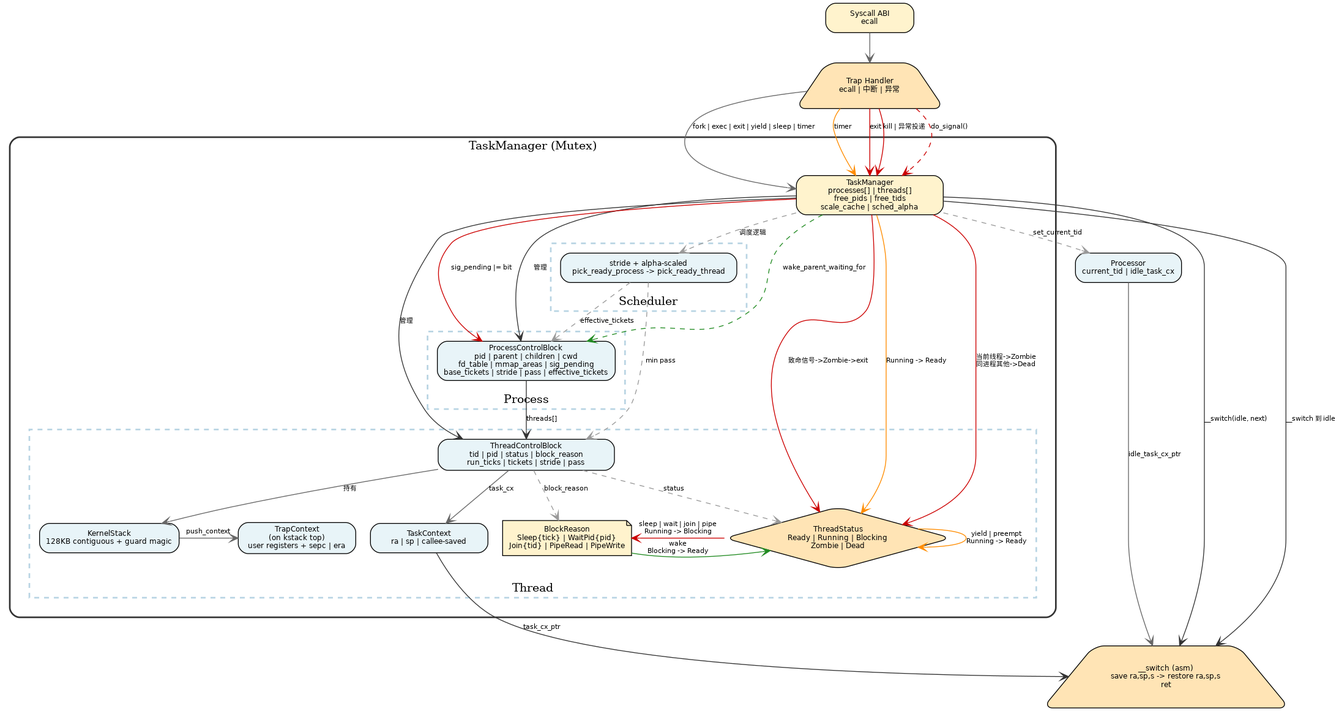
amieon/RmikuOS keeps this Graphviz diagram as docs/images/process.png. Above is the earlier version. Its source is kept beside it as docs/dot/process.dot. Its diagram source:
```dot
digraph ProcThreadSched {
    rankdir=TB;
    node [shape=box, style="rounded,filled", fontname="Helvetica", fontsize=9];
    edge [arrowhead=vee, color="#666666", fontname="Helvetica", fontsize=8];

    Sy [label="Syscall ABI\necall", fillcolor="#FFF3CD", width=1.5];
    Trap [label="Trap Handler\necall | 中断 | 异常", fillcolor="#FFE4B5", shape=trapezium, width=2.5];
    Proc [label="Processor\ncurrent_tid | idle_task_cx", fillcolor="#E8F4F8"];
    Switch [label="__switch (asm)\nsave ra,sp,s -> restore ra,sp,s\nret", fillcolor="#FFE4B5", shape=trapezium, width=2.2];

    subgraph cluster_tm {
        label="TaskManager (Mutex)";
        labelloc=t;
        style=rounded;
        color="#333333";
        fillcolor="#F0F8FF";
        penwidth=2;
        margin=24;

        TM [label="TaskManager\nprocesses[] | threads[]\nfree_pids | free_tids\nscale_cache | sched_alpha", fillcolor="#FFF3CD", width=2.5];

        subgraph cluster_proc {
            label="Process";
            labelloc=b;
            style=dashed;
            color="#B8D4E3";
            margin=12;
            P [label="ProcessControlBlock\npid | parent | children | cwd\nfd_table | mmap_areas | sig_pending\nbase_tickets | stride | pass | effective_tickets", fillcolor="#E8F4F8", width=3.0];
        }

        subgraph cluster_thread {
            label="Thread";
            labelloc=b;
            style=dashed;
            color="#B8D4E3";
            margin=12;
            T [label="ThreadControlBlock\ntid | pid | status | block_reason\nrun_ticks | tickets | stride | pass", fillcolor="#E8F4F8", width=3.0];
            KS [label="KernelStack\n128KB contiguous + guard magic", fillcolor="#E8F4F8", width=2.0];
            TCX [label="TaskContext\nra | sp | callee-saved", fillcolor="#E8F4F8", width=2.0];
            TRX [label="TrapContext\n(on kstack top)\nuser registers + sepc | era", fillcolor="#E8F4F8", width=2.0];
            Status [label="ThreadStatus\nReady | Running | Blocking\nZombie | Dead", fillcolor="#FFE4B5", shape=diamond, width=1.8];
            BlockR [label="BlockReason\nSleep{tick} | WaitPid{pid}\nJoin{tid} | PipeRead | PipeWrite", fillcolor="#FFF3CD", shape=note, width=2.0, height=0.6];

            {rank=same; KS; TCX; TRX}
            {rank=same; Status; BlockR}
        }

        subgraph cluster_sched {
            label="Scheduler";
            labelloc=b;
            style=dashed;
            color="#B8D4E3";
            margin=12;
            Sch [label="stride + alpha-scaled\npick_ready_process -> pick_ready_thread", fillcolor="#E8F4F8", width=3.0];
        }
    }

    Sy -> Trap;
    Trap -> TM [label="fork | exec | exit | yield | sleep | timer"];

    TM -> P [label="管理", color="#333333"];
    TM -> T [label="管理", color="#333333"];
    P -> T [label="threads[]", color="#333333"];

    T -> KS [label="持有"];
    KS -> TRX [label="push_context"];
    T -> TCX [label="task_cx"];
    T -> Status [style=dashed, color="#999999", label="status"];
    T -> BlockR [style=dashed, color="#999999", label="block_reason"];

    TM -> Sch [style=dashed, color="#999999", label="调度逻辑"];
    Sch -> P [style=dashed, color="#999999", label="effective_tickets"];
    Sch -> T [style=dashed, color="#999999", label="min pass"];

    TM -> Proc [style=dashed, color="#999999", label="set_current_tid"];
    TCX -> Switch [label="task_cx_ptr", color="#333333"];
    Proc -> Switch [label="idle_task_cx_ptr"];

    Status -> Status [label="yield | preempt\nRunning -> Ready", color="#FF8C00"];
    Status -> BlockR [label="sleep | wait | join | pipe\nRunning -> Blocking", color="#CC0000"];
    BlockR -> Status [label="wake\nBlocking -> Ready", color="#228B22"];

    Trap -> TM [label="timer", color="#FF8C00"];
    TM -> Status [label="Running -> Ready", color="#FF8C00"];
    TM -> Switch [label="__switch(idle, next)", color="#333333"];

    Trap -> TM [label="exit", color="#CC0000"];
    TM -> Status [label="当前线程->Zombie\n同进程其他->Dead", color="#CC0000"];
    TM -> P [label="wake_parent_waiting_for", color="#228B22", style=dashed];
    TM -> Switch [label="__switch 到 idle", color="#333333"];

    Trap -> TM [label="kill | 异常投递", color="#CC0000"];
    TM -> P [label="sig_pending |= bit", color="#CC0000"];
    Trap -> TM [label="do_signal()", style=dashed, color="#CC0000"];
    TM -> Status [label="致命信号->Zombie->exit", color="#CC0000"];
}
```
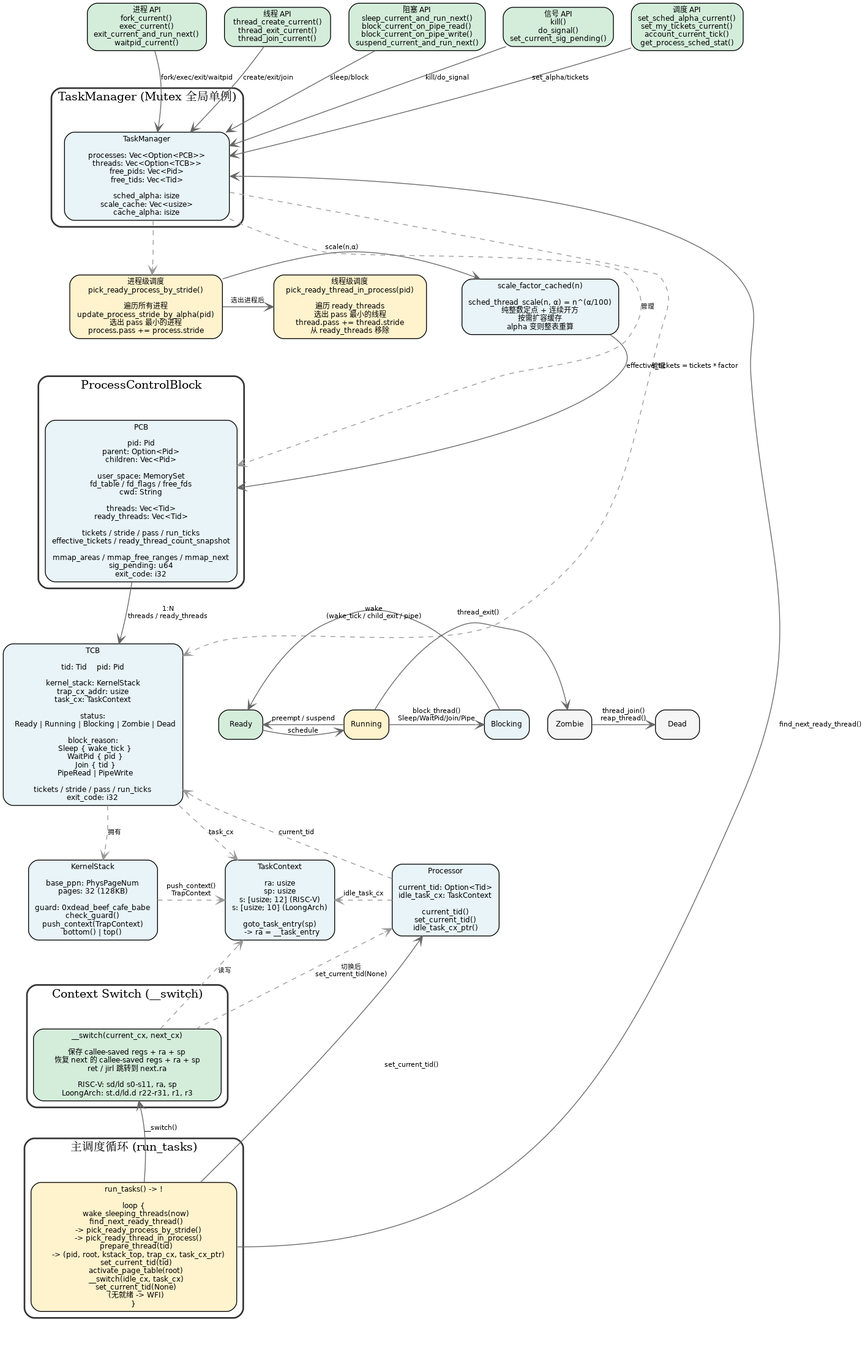
The same diagram one commit later.

Commit message:
[docs] 加入FS的图片

The edit, as a diff of the source:
```diff
@@ -1,96 +1,307 @@
-digraph ProcThreadSched {
+digraph TaskScheduler {
     rankdir=TB;
+    nodesep=0.3;
+    ranksep=0.8;
     node [shape=box, style="rounded,filled", fontname="Helvetica", fontsize=9];
     edge [arrowhead=vee, color="#666666", fontname="Helvetica", fontsize=8];
 
-    Sy [label="Syscall ABI\necall", fillcolor="#FFF3CD", width=1.5];
-    Trap [label="Trap Handler\necall | 中断 | 异常", fillcolor="#FFE4B5", shape=trapezium, width=2.5];
-    Proc [label="Processor\ncurrent_tid | idle_task_cx", fillcolor="#E8F4F8"];
-    Switch [label="__switch (asm)\nsave ra,sp,s -> restore ra,sp,s\nret", fillcolor="#FFE4B5", shape=trapezium, width=2.2];
+    subgraph cluster_api {
+        label="API (manager_wrapper)";
+        style=rounded;
+        color="#D4EDDA";
+        fillcolor="#D4EDDA";
+        penwidth=1;
 
-    subgraph cluster_tm {
-        label="TaskManager (Mutex)";
-        labelloc=t;
+        API_PROC [label="进程 API
+fork_current()
+exec_current()
+exit_current_and_run_next()
+waitpid_current()", fillcolor="#D4EDDA", width=1.8];
+        API_THR [label="线程 API
+thread_create_current()
+thread_exit_current()
+thread_join_current()", fillcolor="#D4EDDA", width=1.8];
+        API_BLK [label="阻塞 API
+sleep_current_and_run_next()
+block_current_on_pipe_read()
+block_current_on_pipe_write()
+suspend_current_and_run_next()", fillcolor="#D4EDDA", width=1.8];
+        API_SIG [label="信号 API
+kill()
+do_signal()
+set_current_sig_pending()", fillcolor="#D4EDDA", width=1.8];
+        API_SCHED [label="调度 API
+set_sched_alpha_current()
+set_my_tickets_current()
+account_current_tick()
+get_process_sched_stat()", fillcolor="#D4EDDA", width=1.8];
+    }
+
+    subgraph cluster_manager {
+        label="TaskManager (Mutex 全局单例)";
         style=rounded;
         color="#333333";
         fillcolor="#F0F8FF";
         penwidth=2;
-        margin=24;
 
-        TM [label="TaskManager\nprocesses[] | threads[]\nfree_pids | free_tids\nscale_cache | sched_alpha", fillcolor="#FFF3CD", width=2.5];
+        TM [label="TaskManager
 
-        subgraph cluster_proc {
-            label="Process";
-            labelloc=b;
-            style=dashed;
-            color="#B8D4E3";
-            margin=12;
-            P [label="ProcessControlBlock\npid | parent | children | cwd\nfd_table | mmap_areas | sig_pending\nbase_tickets | stride | pass | effective_tickets", fillcolor="#E8F4F8", width=3.0];
-        }
+processes: Vec<Option<PCB>>
+threads: Vec<Option<TCB>>
+free_pids: Vec<Pid>
+free_tids: Vec<Tid>
 
-        subgraph cluster_thread {
-            label="Thread";
-            labelloc=b;
-            style=dashed;
-            color="#B8D4E3";
-            margin=12;
-            T [label="ThreadControlBlock\ntid | pid | status | block_reason\nrun_ticks | tickets | stride | pass", fillcolor="#E8F4F8", width=3.0];
-            KS [label="KernelStack\n128KB contiguous + guard magic", fillcolor="#E8F4F8", width=2.0];
-            TCX [label="TaskContext\nra | sp | callee-saved", fillcolor="#E8F4F8", width=2.0];
-            TRX [label="TrapContext\n(on kstack top)\nuser registers + sepc | era", fillcolor="#E8F4F8", width=2.0];
-            Status [label="ThreadStatus\nReady | Running | Blocking\nZombie | Dead", fillcolor="#FFE4B5", shape=diamond, width=1.8];
-            BlockR [label="BlockReason\nSleep{tick} | WaitPid{pid}\nJoin{tid} | PipeRead | PipeWrite", fillcolor="#FFF3CD", shape=note, width=2.0, height=0.6];
-
-            {rank=same; KS; TCX; TRX}
-            {rank=same; Status; BlockR}
-        }
-
-        subgraph cluster_sched {
-            label="Scheduler";
-            labelloc=b;
-            style=dashed;
-            color="#B8D4E3";
-            margin=12;
-            Sch [label="stride + alpha-scaled\npick_ready_process -> pick_ready_thread", fillcolor="#E8F4F8", width=3.0];
-        }
+sched_alpha: isize
+scale_cache: Vec<usize>
+cache_alpha: isize", fillcolor="#E8F4F8", width=2.8];
     }
 
-    Sy -> Trap;
-    Trap -> TM [label="fork | exec | exit | yield | sleep | timer"];
+    subgraph cluster_sched {
+        label="两级 Stride 调度器";
+        style=rounded;
+        color="#333333";
+        fillcolor="#F0F8FF";
+        penwidth=2;
 
-    TM -> P [label="管理", color="#333333"];
-    TM -> T [label="管理", color="#333333"];
-    P -> T [label="threads[]", color="#333333"];
+        PSched [label="进程级调度
+pick_ready_process_by_stride()
 
-    T -> KS [label="持有"];
-    KS -> TRX [label="push_context"];
-    T -> TCX [label="task_cx"];
-    T -> Status [style=dashed, color="#999999", label="status"];
-    T -> BlockR [style=dashed, color="#999999", label="block_reason"];
+遍历所有进程
+update_process_stride_by_alpha(pid)
+选出 pass 最小的进程
+process.pass += process.stride", fillcolor="#FFF3CD", width=2.6];
+        TSched [label="线程级调度
+pick_ready_thread_in_process(pid)
 
-    TM -> Sch [style=dashed, color="#999999", label="调度逻辑"];
-    Sch -> P [style=dashed, color="#999999", label="effective_tickets"];
-    Sch -> T [style=dashed, color="#999999", label="min pass"];
+遍历 ready_threads
+选出 pass 最小的线程
+thread.pass += thread.stride
+从 ready_threads 移除", fillcolor="#FFF3CD", width=2.6];
+        Scale [label="scale_factor_cached(n)
 
-    TM -> Proc [style=dashed, color="#999999", label="set_current_tid"];
-    TCX -> Switch [label="task_cx_ptr", color="#333333"];
-    Proc -> Switch [label="idle_task_cx_ptr"];
+sched_thread_scale(n, α) = n^(α/100)
+纯整数定点 + 连续开方
+按需扩容缓存
+alpha 变则整表重算", fillcolor="#E8F4F8", width=2.4];
+    }
 
-    Status -> Status [label="yield | preempt\nRunning -> Ready", color="#FF8C00"];
-    Status -> BlockR [label="sleep | wait | join | pipe\nRunning -> Blocking", color="#CC0000"];
-    BlockR -> Status [label="wake\nBlocking -> Ready", color="#228B22"];
+    subgraph cluster_pcb {
+        label="ProcessControlBlock";
+        style=rounded;
+        color="#333333";
+        fillcolor="#F0F8FF";
+        penwidth=2;
 
-    Trap -> TM [label="timer", color="#FF8C00"];
-    TM -> Status [label="Running -> Ready", color="#FF8C00"];
-    TM -> Switch [label="__switch(idle, next)", color="#333333"];
+        PCB [label="PCB
 
-    Trap -> TM [label="exit", color="#CC0000"];
-    TM -> Status [label="当前线程->Zombie\n同进程其他->Dead", color="#CC0000"];
-    TM -> P [label="wake_parent_waiting_for", color="#228B22", style=dashed];
-    TM -> Switch [label="__switch 到 idle", color="#333333"];
+pid: Pid
+parent: Option<Pid>
+children: Vec<Pid>
 
-    Trap -> TM [label="kill | 异常投递", color="#CC0000"];
-    TM -> P [label="sig_pending |= bit", color="#CC0000"];
-    Trap -> TM [label="do_signal()", style=dashed, color="#CC0000"];
-    TM -> Status [label="致命信号->Zombie->exit", color="#CC0000"];
+user_space: MemorySet
+fd_table / fd_flags / free_fds
+cwd: String
+
+threads: Vec<Tid>
+ready_threads: Vec<Tid>
+
+tickets / stride / pass / run_ticks
+effective_tickets / ready_thread_count_snapshot
+
+mmap_areas / mmap_free_ranges / mmap_next
+sig_pending: u64
+exit_code: i32", fillcolor="#E8F4F8", width=2.6];
+    }
+
+    subgraph cluster_tcb {
+        label="ThreadControlBlock";
+        style=rounded;
+        color="#333333";
+        fillcolor="#F0F8FF";
+        penwidth=2;
+
+        TCB [label="TCB
+
+tid: Tid    pid: Pid
+
+kernel_stack: KernelStack
+trap_cx_addr: usize
+task_cx: TaskContext
+
+status:
+  Ready | Running | Blocking | Zombie | Dead
+
+block_reason:
+  Sleep { wake_tick }
+  WaitPid { pid }
+  Join { tid }
+  PipeRead | PipeWrite
+
+tickets / stride / pass / run_ticks
+exit_code: i32", fillcolor="#E8F4F8", width=2.6];
+    }
+
+    subgraph cluster_ctx {
+        label="执行上下文";
+        style=rounded;
+        color="#333333";
+        fillcolor="#F0F8FF";
+        penwidth=2;
+
+        KS [label="KernelStack
+
+base_ppn: PhysPageNum
+pages: 32 (128KB)
+
+guard: 0xdead_beef_cafe_babe
+check_guard()
+push_context(TrapContext)
+bottom() | top()", fillcolor="#E8F4F8", width=1.8];
+        CX [label="TaskContext
+
+ra: usize
+sp: usize
+s: [usize; 12] (RISC-V)
+s: [usize; 10] (LoongArch)
+
+goto_task_entry(sp)
+  -> ra = __task_entry", fillcolor="#E8F4F8", width=1.8];
+        Proc [label="Processor
+
+current_tid: Option<Tid>
+idle_task_cx: TaskContext
+
+current_tid()
+set_current_tid()
+idle_task_cx_ptr()", fillcolor="#E8F4F8", width=1.8];
+    }
+
+    subgraph cluster_switch {
+        label="Context Switch (__switch)";
+        style=rounded;
+        color="#333333";
+        fillcolor="#F0F8FF";
+        penwidth=2;
+
+        SW [label="__switch(current_cx, next_cx)
+
+保存 callee-saved regs + ra + sp
+恢复 next 的 callee-saved regs + ra + sp
+ret / jirl 跳转到 next.ra
+
+RISC-V: sd/ld s0-s11, ra, sp
+LoongArch: st.d/ld.d r22-r31, r1, r3", fillcolor="#D4EDDA", width=3.2];
+    }
+
+    subgraph cluster_loop {
+        label="主调度循环 (run_tasks)";
+        style=rounded;
+        color="#333333";
+        fillcolor="#F0F8FF";
+        penwidth=2;
+
+        Loop [label="run_tasks() -> !
+
+loop {
+  wake_sleeping_threads(now)
+  find_next_ready_thread()
+    -> pick_ready_process_by_stride()
+    -> pick_ready_thread_in_process()
+  prepare_thread(tid)
+    -> (pid, root, kstack_top, trap_cx, task_cx_ptr)
+  set_current_tid(tid)
+  activate_page_table(root)
+  __switch(idle_cx, task_cx)
+  set_current_tid(None)
+  (无就绪 -> WFI)
+}", fillcolor="#FFF3CD", width=3.5];
+    }
+
+    subgraph cluster_fsm {
+        label="线程状态机";
+        style=rounded;
+        color="#B8D4E3";
+        fillcolor="#F0F8FF";
+        penwidth=1;
+
+        StReady [label="Ready", fillcolor="#D4EDDA"];
+        StRun [label="Running", fillcolor="#FFF3CD"];
+        StBlock [label="Blocking", fillcolor="#E8F4F8"];
+        StZombie [label="Zombie", fillcolor="#F5F5F5"];
+        StDead [label="Dead", fillcolor="#F5F5F5"];
+
+        StReady -> StRun [label="schedule"];
+        StRun -> StReady [label="preempt / suspend"];
+        StRun -> StBlock [label="block_thread()
+Sleep/WaitPid/Join/Pipe"];
+        StBlock -> StReady [label="wake
+(wake_tick / child_exit / pipe)"];
+        StRun -> StZombie [label="thread_exit()"];
+        StZombie -> StDead [label="thread_join()
+reap_thread()"];
+    }
+
+    R_TM  [shape=point, width=0, height=0, style=invis];
+    R_MID [shape=point, width=0, height=0, style=invis];
+    R_LOOP [shape=point, width=0, height=0, style=invis];
+
+    API_PROC -> TM [style=invis];
+    TM -> PSched [style=invis];
+    PSched -> TSched [style=invis];
+    TSched -> Scale [style=invis];
+
+    PSched -> PCB [style=invis];
+    PCB -> TCB [style=invis];
+
+    TCB -> KS [style=invis];
+    KS -> CX [style=invis];
+    CX -> Proc [style=invis];
+    KS -> SW [style=invis];
+    SW -> Loop [style=invis];
+
+    TCB -> StReady [style=invis];
+
+    TM -> R_TM [style=invis];
+    TCB -> R_MID [style=invis];
+    Loop -> R_LOOP [style=invis];
+    R_TM -> R_MID [style=invis];
+    R_MID -> R_LOOP [style=invis];
+
+    API_PROC -> TM [label="fork/exec/exit/waitpid", constraint=false];
+    API_THR -> TM [label="create/exit/join", constraint=false];
+    API_BLK -> TM [label="sleep/block", constraint=false];
+    API_SIG -> TM [label="kill/do_signal", constraint=false];
+    API_SCHED -> TM [label="set_alpha/tickets", constraint=false];
+
+    TM -> PCB [label="管理", style=dashed, color="#999999", constraint=false];
+    TM -> TCB [label="管理", style=dashed, color="#999999", constraint=false];
+    TM -> PSched [style=dashed, color="#999999", constraint=false];
+
+    PSched -> TSched [label="选出进程后", constraint=false];
+    PSched -> Scale [label="scale(n,α)", constraint=false];
+    Scale -> PCB [label="effective_tickets = tickets * factor", constraint=false];
+
+    PCB -> TCB [label="1:N
+threads / ready_threads", constraint=false];
+    TCB -> KS [label="拥有", style=dashed, color="#999999", constraint=false];
+    TCB -> CX [label="task_cx", style=dashed, color="#999999", constraint=false];
+
+    Proc -> TCB [label="current_tid", style=dashed, color="#999999", constraint=false];
+    Proc -> CX [label="idle_task_cx", style=dashed, color="#999999", constraint=false];
+
+    SW -> CX [label="读写", style=dashed, color="#999999", constraint=false];
+    SW -> Proc [label="切换后
+set_current_tid(None)", style=dashed, color="#999999", constraint=false];
+    KS -> CX [label="push_context()
+TrapContext", style=dashed, color="#999999", constraint=false];
+
+    Loop -> TM [label="find_next_ready_thread()", constraint=false, tailport=e, headport=e];
+
+    Loop -> Proc [label="set_current_tid()", constraint=false];
+    Loop -> SW [label="__switch()", constraint=false];
+
+    {rank=same; API_PROC; API_THR; API_BLK; API_SIG; API_SCHED}
+    {rank=same; PSched; TSched; Scale}
+    {rank=same; KS; CX; Proc}
+    {rank=same; TCB; StReady; StRun; StBlock; StZombie; StDead}
 }
```
